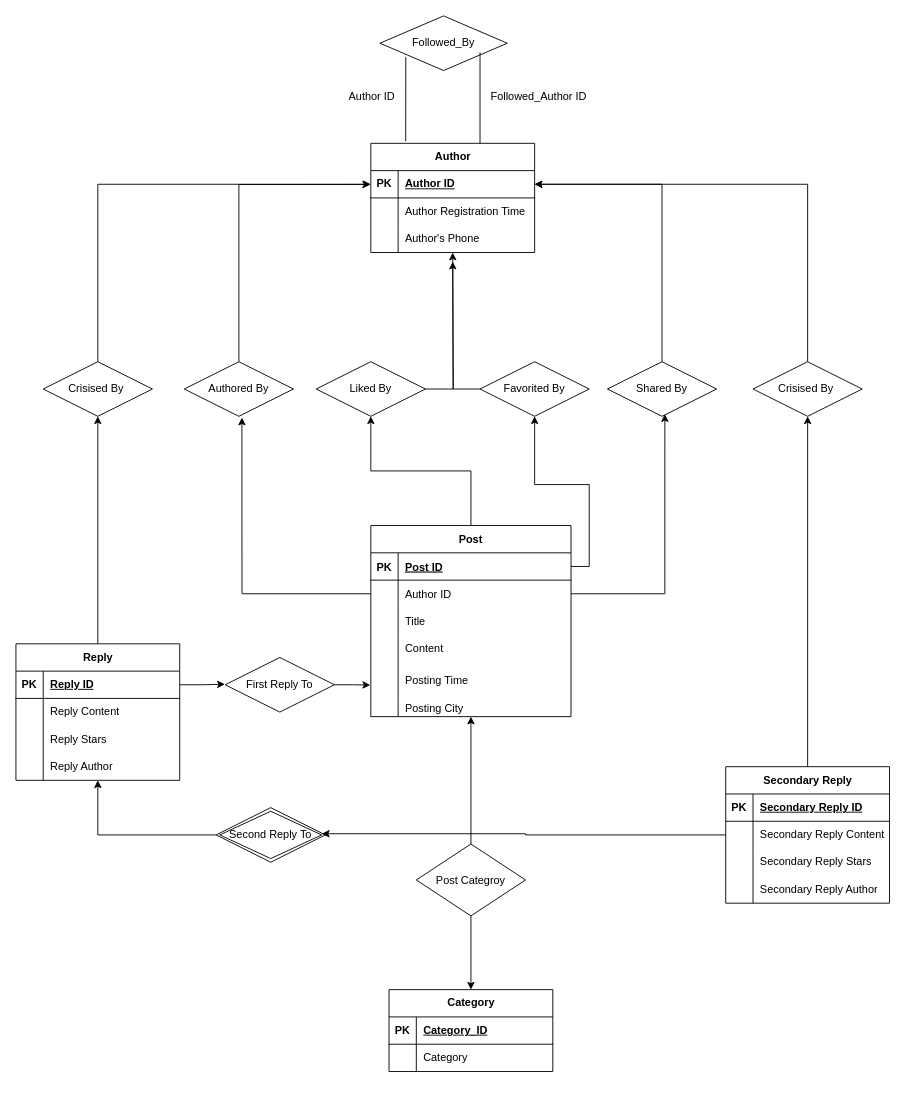
LN57421/CS307-DataBase keeps this draw.io diagram as page "Page-1" (2 of 2) of ER图.drawio. Above is the earlier version. Source tidied: cells renumbered, new cells numbered last; positions are measured from the earlier drawing's top-left corner, leaving out a move shared by most shapes. Both pictures are drawn from the tidied source at 91%, with x=0, y=0 at pixel (15, 15).
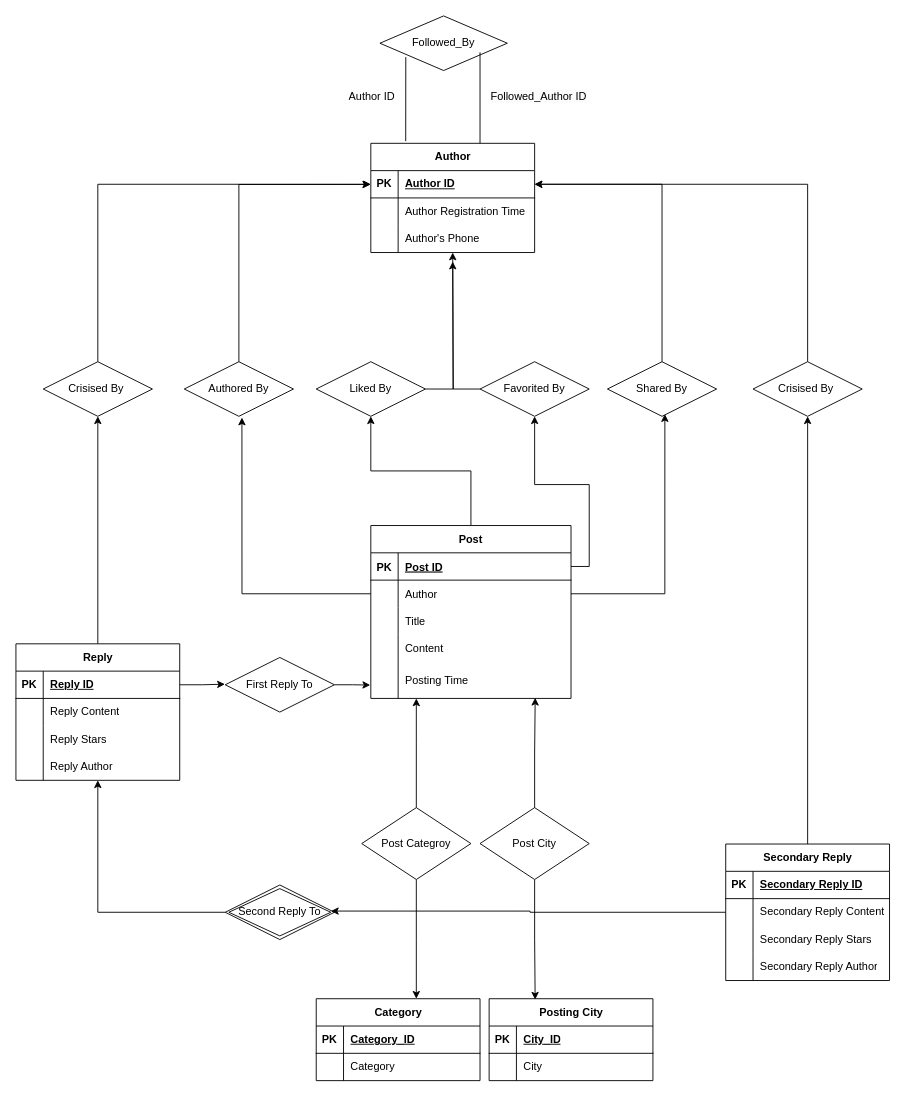
The same diagram, later.

Unchanged cells that the change refers to:
```xml
<mxCell id="7" style="shape=partialRectangle;fillColor=none;points=[[0,0.5],[1,0.5]];portConstraint=eastwest;top=0;left=0;right=0;bottom=0;" parent="3" vertex="1">
  <mxGeometry y="60" width="220" height="30" as="geometry" />
</mxCell>
<mxCell id="16" style="shape=partialRectangle;fillColor=none;points=[[0,0.5],[1,0.5]];portConstraint=eastwest;top=0;left=0;right=0;bottom=0;" parent="3" vertex="1">
  <mxGeometry y="150" width="220" height="40" as="geometry" />
</mxCell>
```

What changed in the source:
```diff
@@
     <mxCell id="3" value="Post" style="shape=table;startSize=30;childLayout=tableLayout;rowLines=0;fontStyle=1;align=center;" parent="1" vertex="1">
-      <mxGeometry x="390" y="560" width="220" height="210" as="geometry" />
+      <mxGeometry x="390" y="560" width="220" height="190" as="geometry" />
     </mxCell>
@@
-    <mxCell id="9" value="Author ID" style="shape=partialRectangle;overflow=hidden;fillColor=none;top=0;left=0;bottom=0;right=0;align=left;spacingLeft=6;fontStyle=0;" parent="7" vertex="1">
+    <mxCell id="9" value="Author" style="shape=partialRectangle;overflow=hidden;fillColor=none;top=0;left=0;bottom=0;right=0;align=left;spacingLeft=6;fontStyle=0;" parent="7" vertex="1">
       <mxGeometry x="30" width="190" height="30" as="geometry" />
     </mxCell>
@@
-    <mxCell id="19" style="shape=partialRectangle;fillColor=none;top=0;left=0;right=0;bottom=0;" parent="3" vertex="1">
-      <mxGeometry y="190" width="220" height="20" as="geometry" />
-    </mxCell>
-    <mxCell id="20" style="shape=partialRectangle;overflow=hidden;fillColor=none;top=0;left=0;bottom=0;right=0;" parent="19" vertex="1">
-      <mxGeometry width="30" height="20" as="geometry" />
-    </mxCell>
-    <mxCell id="21" value="Posting City" style="shape=partialRectangle;overflow=hidden;fillColor=none;top=0;left=0;bottom=0;right=0;align=left;spacingLeft=6;" parent="19" vertex="1">
-      <mxGeometry x="30" width="190" height="20" as="geometry" />
-    </mxCell>
@@
     <mxCell id="37" value="Secondary Reply" style="shape=table;startSize=30;childLayout=tableLayout;rowLines=0;fontStyle=1;align=center;html=1;" parent="1" vertex="1">
-      <mxGeometry x="780" y="825" width="180" height="150" as="geometry" />
+      <mxGeometry x="780" y="910" width="180" height="150" as="geometry" />
     </mxCell>
@@
-    <mxCell id="50" style="edgeStyle=orthogonalEdgeStyle;rounded=0;jettySize=auto;html=1;" parent="1" edge="1" source="52" target="65">
-      <mxGeometry relative="1" as="geometry" />
+    <mxCell id="50" style="edgeStyle=orthogonalEdgeStyle;rounded=0;jettySize=auto;html=1;" parent="1" edge="1" source="52">
+      <mxGeometry relative="1" as="geometry">
+        <mxPoint x="440" y="1080" as="targetPoint" />
+      </mxGeometry>
     </mxCell>
     <mxCell id="51" style="edgeStyle=orthogonalEdgeStyle;rounded=0;jettySize=auto;html=1;" parent="1" edge="1" source="52" target="3">
-      <mxGeometry relative="1" as="geometry" />
+      <mxGeometry relative="1" as="geometry">
+        <Array as="points">
+          <mxPoint x="440" y="800" />
+          <mxPoint x="440" y="800" />
+        </Array>
+      </mxGeometry>
     </mxCell>
     <mxCell id="52" value="Post Categroy" style="shape=rhombus;perimeter=rhombusPerimeter;whiteSpace=wrap;html=1;align=center;" parent="1" vertex="1">
-      <mxGeometry x="440" y="910" width="120" height="79" as="geometry" />
+      <mxGeometry x="380" y="870" width="120" height="79" as="geometry" />
     </mxCell>
@@
     <mxCell id="65" value="Category" style="shape=table;startSize=30;childLayout=tableLayout;rowLines=0;fontStyle=1;align=center;html=1;" parent="1" vertex="1">
-      <mxGeometry x="410" y="1070" width="180" height="90" as="geometry" />
+      <mxGeometry x="330" y="1080" width="180" height="90" as="geometry" />
     </mxCell>
@@
     <mxCell id="75" value="Second Reply To" style="shape=rhombus;double=1;perimeter=rhombusPerimeter;whiteSpace=wrap;html=1;align=center;" parent="1" vertex="1">
-      <mxGeometry x="220" y="870" width="120" height="60" as="geometry" />
+      <mxGeometry x="230" y="955" width="120" height="60" as="geometry" />
     </mxCell>
@@
+    <mxCell id="21" value="Posting City" style="shape=table;startSize=30;childLayout=tableLayout;rowLines=0;fontStyle=1;align=center;html=1;" parent="1" vertex="1">
+      <mxGeometry x="520" y="1080" width="180" height="90" as="geometry" />
+    </mxCell>
+    <mxCell id="96" style="shape=tableRow;horizontal=0;startSize=0;swimlaneHead=0;swimlaneBody=0;fillColor=none;top=0;left=0;right=0;bottom=1;" parent="21" vertex="1">
+      <mxGeometry y="30" width="180" height="30" as="geometry" />
+    </mxCell>
+    <mxCell id="97" value="PK" style="shape=partialRectangle;fillColor=none;top=0;left=0;bottom=0;right=0;fontStyle=1;overflow=hidden;whiteSpace=wrap;html=1;" parent="96" vertex="1">
+      <mxGeometry width="30" height="30" as="geometry" />
+    </mxCell>
+    <mxCell id="98" value="City_ID" style="shape=partialRectangle;fillColor=none;top=0;left=0;bottom=0;right=0;align=left;spacingLeft=6;fontStyle=5;overflow=hidden;whiteSpace=wrap;html=1;" parent="96" vertex="1">
+      <mxGeometry x="30" width="150" height="30" as="geometry" />
+    </mxCell>
+    <mxCell id="99" style="shape=tableRow;horizontal=0;startSize=0;swimlaneHead=0;swimlaneBody=0;fillColor=none;top=0;left=0;right=0;bottom=0;" parent="21" vertex="1">
+      <mxGeometry y="60" width="180" height="30" as="geometry" />
+    </mxCell>
+    <mxCell id="100" style="shape=partialRectangle;fillColor=none;top=0;left=0;bottom=0;right=0;overflow=hidden;whiteSpace=wrap;html=1;" parent="99" vertex="1">
+      <mxGeometry width="30" height="30" as="geometry" />
+    </mxCell>
+    <mxCell id="101" value="&lt;span style=&quot;border-color: var(--border-color);&quot;&gt;&lt;span style=&quot;border-color: var(--border-color);&quot;&gt;City&lt;br&gt;&lt;/span&gt;&lt;/span&gt;" style="shape=partialRectangle;fillColor=none;top=0;left=0;bottom=0;right=0;align=left;spacingLeft=6;overflow=hidden;whiteSpace=wrap;html=1;" parent="99" vertex="1">
+      <mxGeometry x="30" width="150" height="30" as="geometry" />
+    </mxCell>
+    <mxCell id="102" style="edgeStyle=orthogonalEdgeStyle;rounded=0;jettySize=auto;html=1;entryX=0.281;entryY=0.011;entryDx=0;entryDy=0;entryPerimeter=0;" parent="1" edge="1" source="104" target="21">
+      <mxGeometry relative="1" as="geometry" />
+    </mxCell>
+    <mxCell id="103" style="edgeStyle=orthogonalEdgeStyle;rounded=0;jettySize=auto;html=1;entryX=0.821;entryY=0.983;entryDx=0;entryDy=0;entryPerimeter=0;" parent="1" edge="1" source="104" target="16">
+      <mxGeometry relative="1" as="geometry" />
+    </mxCell>
+    <mxCell id="104" value="Post City" style="shape=rhombus;perimeter=rhombusPerimeter;whiteSpace=wrap;html=1;align=center;" parent="1" vertex="1">
+      <mxGeometry x="510" y="870" width="120" height="79" as="geometry" />
+    </mxCell>
```
